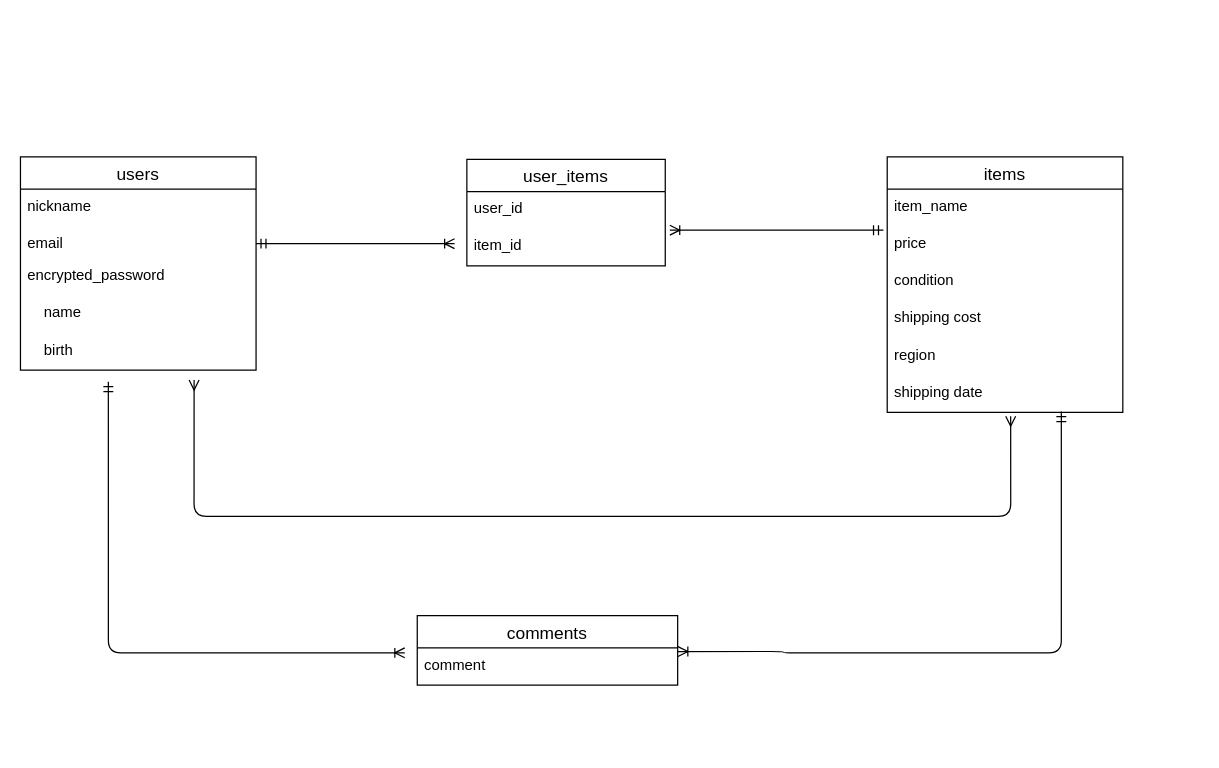
Earlier version of the draw.io diagram test.dio (yamacode2013/furima-39750). Source tidied: cells renumbered, new cells numbered last; positions are measured from the earlier drawing's top-left corner, leaving out a move shared by most shapes. Both pictures are drawn from the tidied source at 124%, with x=0, y=0 at pixel (20, 156).
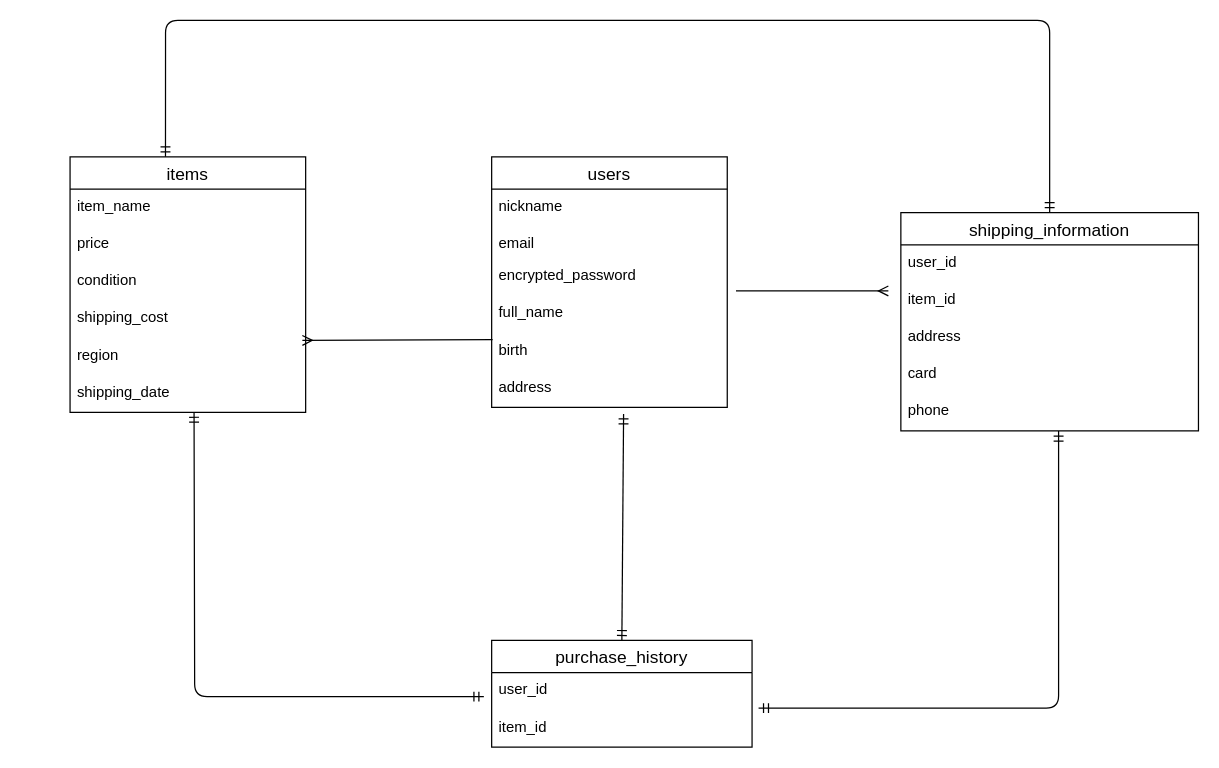
The same page after the edit.

The change refers to these unchanged cells:
```xml
<mxCell id="10" value="price" style="text;strokeColor=none;fillColor=none;spacingLeft=4;spacingRight=4;overflow=hidden;points=[[0,0.5],[1,0.5]];portConstraint=eastwest;fontSize=12;" parent="8" vertex="1">
  <mxGeometry y="56" width="190" height="30" as="geometry" />
</mxCell>
<mxCell id="13" value="region&#10;" style="text;strokeColor=none;fillColor=none;spacingLeft=4;spacingRight=4;overflow=hidden;points=[[0,0.5],[1,0.5]];portConstraint=eastwest;fontSize=12;" parent="8" vertex="1">
  <mxGeometry y="146" width="190" height="30" as="geometry" />
</mxCell>
```

Diff of the diagram source:
```diff
@@
     <mxCell id="2" value="users" style="swimlane;fontStyle=0;horizontal=1;startSize=26;align=center;fontSize=14;" parent="1" vertex="1">
-      <mxGeometry width="190" height="172" as="geometry" />
+      <mxGeometry x="380" width="190" height="202" as="geometry" />
     </mxCell>
@@
-    <mxCell id="6" value="    name" style="text;strokeColor=none;fillColor=none;spacingLeft=4;spacingRight=4;overflow=hidden;points=[[0,0.5],[1,0.5]];portConstraint=eastwest;fontSize=12;" parent="2" vertex="1">
+    <mxCell id="6" value="full_name" style="text;strokeColor=none;fillColor=none;spacingLeft=4;spacingRight=4;overflow=hidden;points=[[0,0.5],[1,0.5]];portConstraint=eastwest;fontSize=12;" parent="2" vertex="1">
       <mxGeometry y="112" width="190" height="30" as="geometry" />
     </mxCell>
-    <mxCell id="7" value="    birth" style="text;strokeColor=none;fillColor=none;spacingLeft=4;spacingRight=4;overflow=hidden;points=[[0,0.5],[1,0.5]];portConstraint=eastwest;fontSize=12;" parent="2" vertex="1">
+    <mxCell id="7" value="birth" style="text;strokeColor=none;fillColor=none;spacingLeft=4;spacingRight=4;overflow=hidden;points=[[0,0.5],[1,0.5]];portConstraint=eastwest;fontSize=12;" parent="2" vertex="1">
       <mxGeometry y="142" width="190" height="30" as="geometry" />
     </mxCell>
+    <mxCell id="25" value="address" style="text;strokeColor=none;fillColor=none;spacingLeft=4;spacingRight=4;overflow=hidden;points=[[0,0.5],[1,0.5]];portConstraint=eastwest;fontSize=12;" parent="2" vertex="1">
+      <mxGeometry y="172" width="190" height="30" as="geometry" />
+    </mxCell>
     <mxCell id="8" value="items" style="swimlane;fontStyle=0;horizontal=1;startSize=26;align=center;fontSize=14;" parent="1" vertex="1">
-      <mxGeometry x="699" width="190" height="206" as="geometry" />
+      <mxGeometry x="40" width="190" height="206" as="geometry" />
     </mxCell>
@@
-    <mxCell id="12" value="shipping cost" style="text;strokeColor=none;fillColor=none;spacingLeft=4;spacingRight=4;overflow=hidden;fontSize=12;" parent="8" vertex="1">
+    <mxCell id="12" value="shipping_cost" style="text;strokeColor=none;fillColor=none;spacingLeft=4;spacingRight=4;overflow=hidden;fontSize=12;" parent="8" vertex="1">
       <mxGeometry y="116" width="190" height="30" as="geometry" />
     </mxCell>
@@
-    <mxCell id="14" value="shipping date&#10;" style="text;strokeColor=none;fillColor=none;spacingLeft=4;spacingRight=4;overflow=hidden;points=[[0,0.5],[1,0.5]];portConstraint=eastwest;fontSize=12;" parent="8" vertex="1">
+    <mxCell id="14" value="shipping_date" style="text;strokeColor=none;fillColor=none;spacingLeft=4;spacingRight=4;overflow=hidden;points=[[0,0.5],[1,0.5]];portConstraint=eastwest;fontSize=12;" parent="8" vertex="1">
       <mxGeometry y="176" width="190" height="30" as="geometry" />
     </mxCell>
-    <mxCell id="15" value="comments" style="swimlane;fontStyle=0;horizontal=1;startSize=26;align=center;fontSize=14;" parent="1" vertex="1">
-      <mxGeometry x="320" y="370" width="210" height="56" as="geometry" />
-    </mxCell>
-    <mxCell id="16" value="comment" style="text;strokeColor=none;fillColor=none;spacingLeft=4;spacingRight=4;overflow=hidden;points=[[0,0.5],[1,0.5]];portConstraint=eastwest;fontSize=12;" parent="15" vertex="1">
-      <mxGeometry y="26" width="210" height="30" as="geometry" />
-    </mxCell>
-    <mxCell id="17" value="user_items" style="swimlane;fontStyle=0;horizontal=1;startSize=26;align=center;fontSize=14;" parent="1" vertex="1">
-      <mxGeometry x="360" y="2" width="160" height="86" as="geometry" />
-    </mxCell>
-    <mxCell id="18" value="user_id" style="text;strokeColor=none;fillColor=none;spacingLeft=4;spacingRight=4;overflow=hidden;fontSize=12;" parent="17" vertex="1">
-      <mxGeometry y="26" width="160" height="30" as="geometry" />
-    </mxCell>
-    <mxCell id="19" value="item_id" style="text;strokeColor=none;fillColor=none;spacingLeft=4;spacingRight=4;overflow=hidden;points=[[0,0.5],[1,0.5]];portConstraint=eastwest;fontSize=12;" parent="17" vertex="1">
-      <mxGeometry y="56" width="160" height="30" as="geometry" />
-    </mxCell>
-    <mxCell id="20" style="edgeStyle=entityRelationEdgeStyle;fontSize=12;html=1;endArrow=ERoneToMany;startArrow=ERmandOne;entryX=-0.062;entryY=0.4;entryDx=0;entryDy=0;entryPerimeter=0;" parent="1" edge="1" target="19">
-      <mxGeometry relative="1" as="geometry">
-        <mxPoint x="190" y="70" as="sourcePoint" />
-      </mxGeometry>
-    </mxCell>
-    <mxCell id="21" style="edgeStyle=entityRelationEdgeStyle;fontSize=12;html=1;endArrow=ERoneToMany;startArrow=ERmandOne;entryX=1.023;entryY=0.037;entryDx=0;entryDy=0;entryPerimeter=0;exitX=-0.016;exitY=0.104;exitDx=0;exitDy=0;exitPerimeter=0;" parent="1" edge="1" source="10" target="19">
-      <mxGeometry relative="1" as="geometry" />
-    </mxCell>
-    <mxCell id="22" style="edgeStyle=orthogonalEdgeStyle;fontSize=12;html=1;endArrow=ERmany;startArrow=ERmany;entryX=0.524;entryY=1.104;entryDx=0;entryDy=0;exitX=0.737;exitY=1.267;exitDx=0;exitDy=0;exitPerimeter=0;entryPerimeter=0;" parent="1" edge="1" source="7" target="14">
-      <mxGeometry relative="1" as="geometry">
-        <Array as="points">
-          <mxPoint x="140" y="290" />
-          <mxPoint x="799" y="290" />
-        </Array>
-      </mxGeometry>
-    </mxCell>
-    <mxCell id="23" style="edgeStyle=orthogonalEdgeStyle;fontSize=12;html=1;endArrow=ERoneToMany;startArrow=ERmandOne;entryX=1.001;entryY=0.098;entryDx=0;entryDy=0;entryPerimeter=0;exitX=0.739;exitY=0.981;exitDx=0;exitDy=0;exitPerimeter=0;" parent="1" edge="1" source="14" target="16">
-      <mxGeometry relative="1" as="geometry">
-        <Array as="points">
-          <mxPoint x="839" y="400" />
-          <mxPoint x="615" y="400" />
-          <mxPoint x="615" y="399" />
-        </Array>
-      </mxGeometry>
-    </mxCell>
-    <mxCell id="24" style="edgeStyle=orthogonalEdgeStyle;fontSize=12;html=1;endArrow=ERoneToMany;startArrow=ERmandOne;exitX=0.373;exitY=1.311;exitDx=0;exitDy=0;exitPerimeter=0;entryX=-0.048;entryY=0.133;entryDx=0;entryDy=0;entryPerimeter=0;" parent="1" edge="1" source="7" target="16">
-      <mxGeometry relative="1" as="geometry">
-        <Array as="points">
-          <mxPoint x="71" y="400" />
-        </Array>
-      </mxGeometry>
-    </mxCell>
+    <mxCell id="26" value="purchase_history" style="swimlane;fontStyle=0;horizontal=1;startSize=26;align=center;fontSize=14;" parent="1" vertex="1">
+      <mxGeometry x="380" y="390" width="210" height="86" as="geometry" />
+    </mxCell>
+    <mxCell id="27" value="user_id" style="text;strokeColor=none;fillColor=none;spacingLeft=4;spacingRight=4;overflow=hidden;points=[[0,0.5],[1,0.5]];portConstraint=eastwest;fontSize=12;" parent="26" vertex="1">
+      <mxGeometry y="26" width="210" height="30" as="geometry" />
+    </mxCell>
+    <mxCell id="28" value="item_id" style="text;strokeColor=none;fillColor=none;spacingLeft=4;spacingRight=4;overflow=hidden;points=[[0,0.5],[1,0.5]];portConstraint=eastwest;fontSize=12;" parent="26" vertex="1">
+      <mxGeometry y="56" width="210" height="30" as="geometry" />
+    </mxCell>
+    <mxCell id="29" value="shipping_information" style="swimlane;fontStyle=0;horizontal=1;startSize=26;align=center;fontSize=14;" parent="1" vertex="1">
+      <mxGeometry x="710" y="45" width="240" height="176" as="geometry" />
+    </mxCell>
+    <mxCell id="30" value="user_id" style="text;strokeColor=none;fillColor=none;spacingLeft=4;spacingRight=4;overflow=hidden;fontSize=12;" parent="29" vertex="1">
+      <mxGeometry y="26" width="240" height="30" as="geometry" />
+    </mxCell>
+    <mxCell id="31" value="item_id" style="text;strokeColor=none;fillColor=none;spacingLeft=4;spacingRight=4;overflow=hidden;points=[[0,0.5],[1,0.5]];portConstraint=eastwest;fontSize=12;" parent="29" vertex="1">
+      <mxGeometry y="56" width="240" height="30" as="geometry" />
+    </mxCell>
+    <mxCell id="32" value="address" style="text;strokeColor=none;fillColor=none;spacingLeft=4;spacingRight=4;overflow=hidden;fontSize=12;" parent="29" vertex="1">
+      <mxGeometry y="86" width="240" height="30" as="geometry" />
+    </mxCell>
+    <mxCell id="33" value="card" style="text;strokeColor=none;fillColor=none;spacingLeft=4;spacingRight=4;overflow=hidden;fontSize=12;" parent="29" vertex="1">
+      <mxGeometry y="116" width="240" height="30" as="geometry" />
+    </mxCell>
+    <mxCell id="34" value="phone" style="text;strokeColor=none;fillColor=none;spacingLeft=4;spacingRight=4;overflow=hidden;points=[[0,0.5],[1,0.5]];portConstraint=eastwest;fontSize=12;" parent="29" vertex="1">
+      <mxGeometry y="146" width="240" height="30" as="geometry" />
+    </mxCell>
+    <mxCell id="35" style="fontSize=12;html=1;endArrow=ERmany;exitX=0.004;exitY=0.178;exitDx=0;exitDy=0;exitPerimeter=0;entryX=0.986;entryY=0.067;entryDx=0;entryDy=0;entryPerimeter=0;" parent="1" edge="1" source="7" target="13">
+      <mxGeometry relative="1" as="geometry" />
+    </mxCell>
+    <mxCell id="36" style="fontSize=12;html=1;endArrow=ERmany;exitX=1.037;exitY=-0.13;exitDx=0;exitDy=0;exitPerimeter=0;entryX=-0.042;entryY=0.237;entryDx=0;entryDy=0;entryPerimeter=0;" parent="1" edge="1" source="6" target="31">
+      <mxGeometry relative="1" as="geometry" />
+    </mxCell>
+    <mxCell id="37" style="edgeStyle=orthogonalEdgeStyle;fontSize=12;html=1;endArrow=ERmandOne;startArrow=ERmandOne;entryX=0.5;entryY=0;entryDx=0;entryDy=0;exitX=0.405;exitY=0;exitDx=0;exitDy=0;exitPerimeter=0;" parent="1" edge="1" source="8" target="29">
+      <mxGeometry relative="1" as="geometry">
+        <Array as="points">
+          <mxPoint x="117" y="-110" />
+          <mxPoint x="830" y="-110" />
+        </Array>
+      </mxGeometry>
+    </mxCell>
+    <mxCell id="38" style="fontSize=12;html=1;endArrow=ERmandOne;startArrow=ERmandOne;entryX=0.56;entryY=1.177;entryDx=0;entryDy=0;entryPerimeter=0;exitX=0.5;exitY=0;exitDx=0;exitDy=0;" parent="1" edge="1" source="26" target="25">
+      <mxGeometry relative="1" as="geometry" />
+    </mxCell>
+    <mxCell id="39" style="edgeStyle=orthogonalEdgeStyle;fontSize=12;html=1;endArrow=ERmandOne;startArrow=ERmandOne;exitX=1.025;exitY=-0.048;exitDx=0;exitDy=0;exitPerimeter=0;entryX=0.53;entryY=1.006;entryDx=0;entryDy=0;entryPerimeter=0;" parent="1" edge="1" source="28" target="34">
+      <mxGeometry relative="1" as="geometry" />
+    </mxCell>
+    <mxCell id="40" style="edgeStyle=orthogonalEdgeStyle;fontSize=12;html=1;endArrow=ERmandOne;startArrow=ERmandOne;exitX=-0.03;exitY=0.644;exitDx=0;exitDy=0;exitPerimeter=0;" parent="1" edge="1" source="27">
+      <mxGeometry relative="1" as="geometry">
+        <mxPoint x="140" y="206" as="targetPoint" />
+      </mxGeometry>
+    </mxCell>
```
